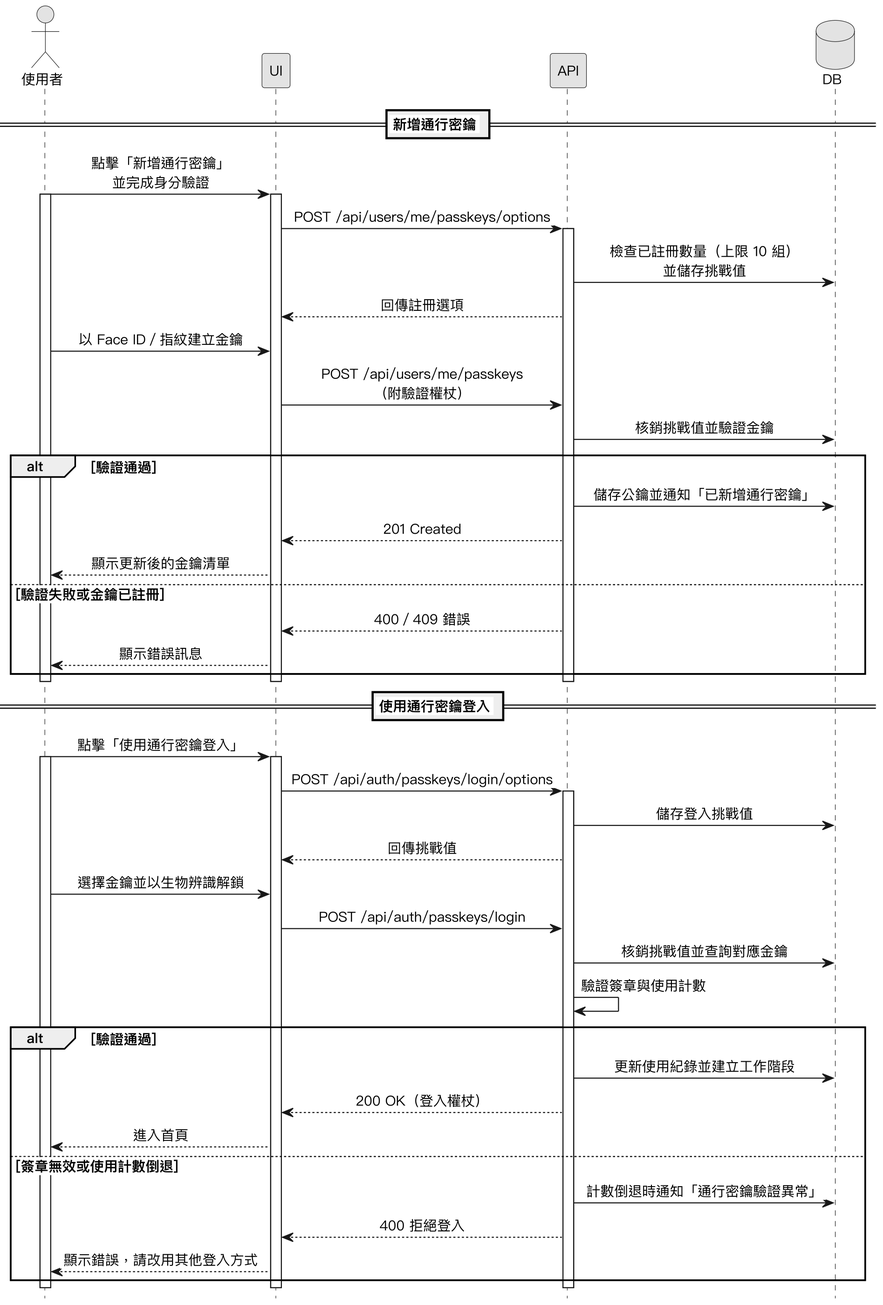
SaveMyBook/SaveMyBook keeps this PlantUML diagram as Diagrams/Sequence Diagrams/v3/seq_passkey.png. Above is the earlier version.
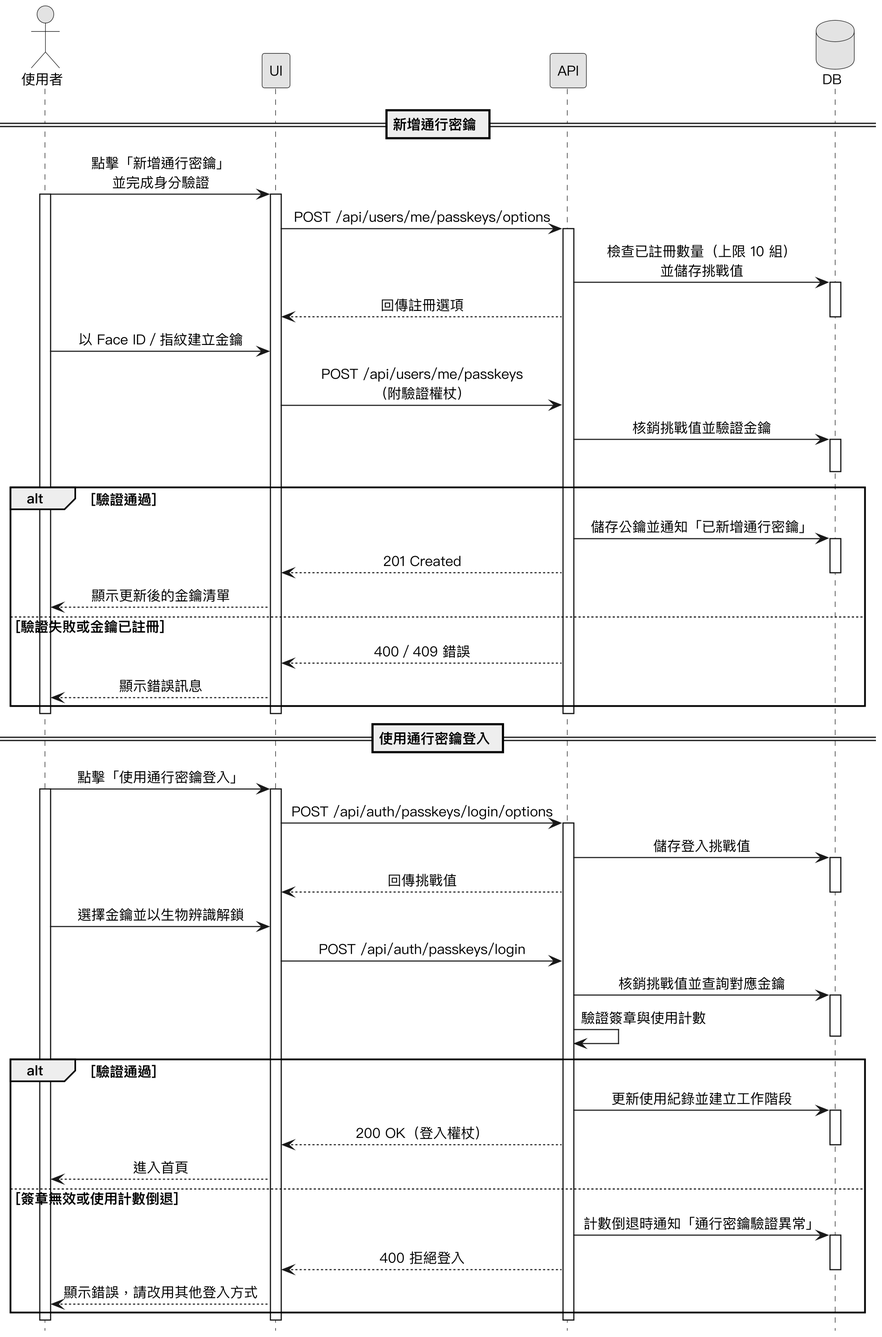
The same file after the commit.

Change to the diagram source:
```diff
@@ -20,13 +20,18 @@
 UI -> API : POST /api/users/me/passkeys/options
 activate API
 API -> DB : 檢查已註冊數量（上限 10 組）\n並儲存挑戰值
+activate DB
 API --> UI : 回傳註冊選項
+deactivate DB
 使用者 -> UI : 以 Face ID／指紋建立金鑰
 UI -> API : POST /api/users/me/passkeys\n（附驗證權杖）
-API -> DB : 核銷挑戰值並驗證金鑰
+API -> DB ++ : 核銷挑戰值並驗證金鑰
+deactivate DB
 alt 驗證通過
   API -> DB : 儲存公鑰並通知「已新增通行密鑰」
+  activate DB
   API --> UI : 201 Created
+  deactivate DB
   UI --> 使用者 : 顯示更新後的金鑰清單
 else 驗證失敗或金鑰已註冊
   API --> UI : 400／409 錯誤
@@ -43,18 +48,26 @@
 UI -> API : POST /api/auth/passkeys/login/options
 activate API
 API -> DB : 儲存登入挑戰值
+activate DB
 API --> UI : 回傳挑戰值
+deactivate DB
 使用者 -> UI : 選擇金鑰並以生物辨識解鎖
 UI -> API : POST /api/auth/passkeys/login
 API -> DB : 核銷挑戰值並查詢對應金鑰
+activate DB
 API -> API : 驗證簽章與使用計數
+deactivate DB
 alt 驗證通過
   API -> DB : 更新使用紀錄並建立工作階段
+  activate DB
   API --> UI : 200 OK（登入權杖）
+  deactivate DB
   UI --> 使用者 : 進入首頁
 else 簽章無效或使用計數倒退
   API -> DB : 計數倒退時通知「通行密鑰驗證異常」
+  activate DB
   API --> UI : 400 拒絕登入
+  deactivate DB
   UI --> 使用者 : 顯示錯誤，請改用其他登入方式
 end
 deactivate API
```
